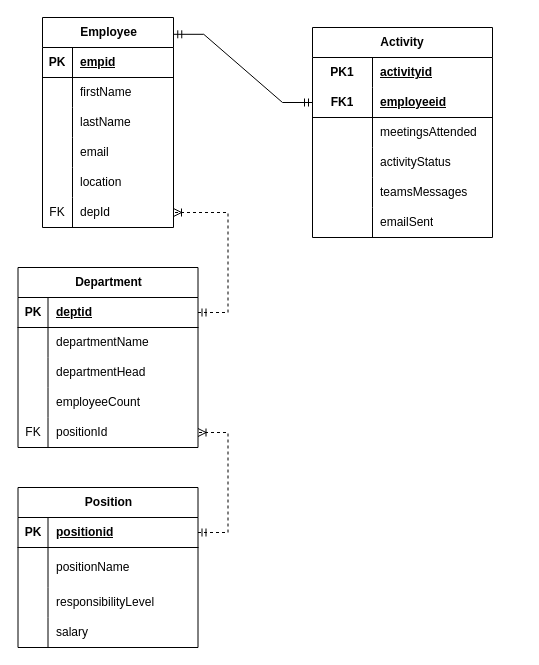
Earlier version of the draw.io diagram Untitled Diagram.drawio (ElleCrowe/EntityRelationshipDiagram). Source tidied: cells renumbered, new cells numbered last; positions are measured from the earlier drawing's top-left corner, leaving out a move shared by most shapes. Both pictures are drawn from the tidied source at 100%, with x=0, y=0 at pixel (18, 17).
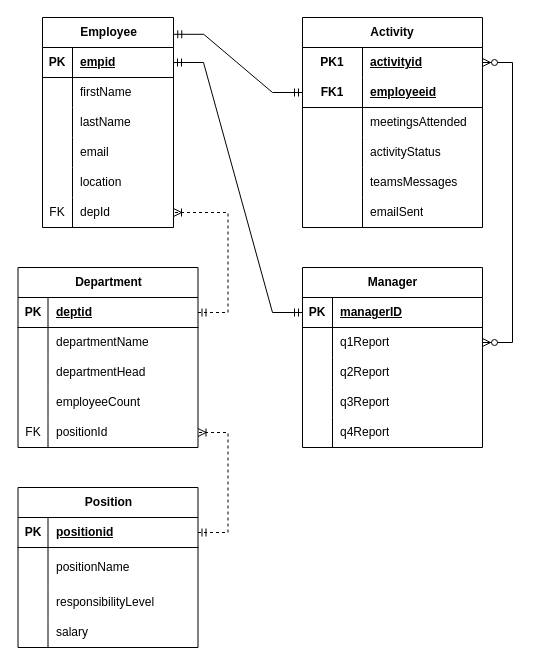
The same page after the edit.

The change refers to these unchanged cells:
```xml
<mxCell id="2" value="Employee" style="shape=table;startSize=30;childLayout=tableLayout;rowLines=0;fontStyle=1;align=center;html=1;" parent="1" vertex="1">
  <mxGeometry x="24" width="131" height="210" as="geometry" />
</mxCell>
<mxCell id="3" style="shape=tableRow;horizontal=0;startSize=0;swimlaneHead=0;swimlaneBody=0;fillColor=none;points=[[0,0.5],[1,0.5]];portConstraint=eastwest;top=0;left=0;right=0;bottom=1;" parent="2" vertex="1">
  <mxGeometry y="30" width="131" height="30" as="geometry" />
</mxCell>
<mxCell id="53" style="shape=tableRow;horizontal=0;startSize=0;swimlaneHead=0;swimlaneBody=0;fillColor=none;points=[[0,0.5],[1,0.5]];portConstraint=eastwest;top=0;left=0;right=0;bottom=0;html=1;" parent="52" vertex="1">
  <mxGeometry y="30" width="180" height="30" as="geometry" />
</mxCell>
<mxCell id="56" style="shape=tableRow;horizontal=0;startSize=0;swimlaneHead=0;swimlaneBody=0;fillColor=none;points=[[0,0.5],[1,0.5]];portConstraint=eastwest;top=0;left=0;right=0;bottom=1;html=1;" parent="52" vertex="1">
  <mxGeometry y="60" width="180" height="30" as="geometry" />
</mxCell>
```

Change to the diagram source:
```diff
@@
     <mxCell id="52" value="Activity" style="shape=table;startSize=30;childLayout=tableLayout;rowLines=0;fontStyle=1;align=center;html=1;whiteSpace=wrap;" parent="1" vertex="1">
-      <mxGeometry x="294" y="10" width="180" height="210" as="geometry" />
+      <mxGeometry x="284" width="180" height="210" as="geometry" />
     </mxCell>
@@
     <mxCell id="71" style="edgeStyle=entityRelationEdgeStyle;fontSize=12;html=1;endArrow=ERmandOne;startArrow=ERmandOne;rounded=0;exitX=1.002;exitY=0.08;exitDx=0;exitDy=0;exitPerimeter=0;entryX=0;entryY=0.5;entryDx=0;entryDy=0;" parent="1" edge="1" source="2" target="56">
-      <mxGeometry relative="1" as="geometry" />
+      <mxGeometry relative="1" as="geometry">
+        <Array as="points">
+          <mxPoint x="284" y="270" />
+        </Array>
+      </mxGeometry>
     </mxCell>
+    <mxCell id="72" value="Manager" style="shape=table;startSize=30;childLayout=tableLayout;rowLines=0;fontStyle=1;align=center;html=1;" parent="1" vertex="1">
+      <mxGeometry x="284" y="250" width="180" height="180" as="geometry" />
+    </mxCell>
+    <mxCell id="73" style="shape=tableRow;horizontal=0;startSize=0;swimlaneHead=0;swimlaneBody=0;fillColor=none;points=[[0,0.5],[1,0.5]];portConstraint=eastwest;top=0;left=0;right=0;bottom=1;" parent="72" vertex="1">
+      <mxGeometry y="30" width="180" height="30" as="geometry" />
+    </mxCell>
+    <mxCell id="74" value="PK" style="shape=partialRectangle;fillColor=none;top=0;left=0;bottom=0;right=0;fontStyle=1;overflow=hidden;whiteSpace=wrap;html=1;" parent="73" vertex="1">
+      <mxGeometry width="30" height="30" as="geometry" />
+    </mxCell>
+    <mxCell id="75" value="managerID" style="shape=partialRectangle;fillColor=none;top=0;left=0;bottom=0;right=0;align=left;spacingLeft=6;fontStyle=5;overflow=hidden;whiteSpace=wrap;html=1;" parent="73" vertex="1">
+      <mxGeometry x="30" width="150" height="30" as="geometry" />
+    </mxCell>
+    <mxCell id="76" style="shape=tableRow;horizontal=0;startSize=0;swimlaneHead=0;swimlaneBody=0;fillColor=none;points=[[0,0.5],[1,0.5]];portConstraint=eastwest;top=0;left=0;right=0;bottom=0;" parent="72" vertex="1">
+      <mxGeometry y="60" width="180" height="30" as="geometry" />
+    </mxCell>
+    <mxCell id="77" style="shape=partialRectangle;fillColor=none;top=0;left=0;bottom=0;right=0;overflow=hidden;whiteSpace=wrap;html=1;" parent="76" vertex="1">
+      <mxGeometry width="30" height="30" as="geometry" />
+    </mxCell>
+    <mxCell id="78" value="q1Report" style="shape=partialRectangle;fillColor=none;top=0;left=0;bottom=0;right=0;align=left;spacingLeft=6;overflow=hidden;whiteSpace=wrap;html=1;" parent="76" vertex="1">
+      <mxGeometry x="30" width="150" height="30" as="geometry" />
+    </mxCell>
+    <mxCell id="79" style="shape=tableRow;horizontal=0;startSize=0;swimlaneHead=0;swimlaneBody=0;fillColor=none;top=0;left=0;right=0;bottom=0;" parent="72" vertex="1">
+      <mxGeometry y="90" width="180" height="30" as="geometry" />
+    </mxCell>
+    <mxCell id="80" style="shape=partialRectangle;fillColor=none;top=0;left=0;bottom=0;right=0;overflow=hidden;whiteSpace=wrap;html=1;" parent="79" vertex="1">
+      <mxGeometry width="30" height="30" as="geometry" />
+    </mxCell>
+    <mxCell id="81" value="q2Report" style="shape=partialRectangle;fillColor=none;top=0;left=0;bottom=0;right=0;align=left;spacingLeft=6;overflow=hidden;whiteSpace=wrap;html=1;" parent="79" vertex="1">
+      <mxGeometry x="30" width="150" height="30" as="geometry" />
+    </mxCell>
+    <mxCell id="82" style="shape=tableRow;horizontal=0;startSize=0;swimlaneHead=0;swimlaneBody=0;fillColor=none;top=0;left=0;right=0;bottom=0;" parent="72" vertex="1">
+      <mxGeometry y="120" width="180" height="30" as="geometry" />
+    </mxCell>
+    <mxCell id="83" style="shape=partialRectangle;fillColor=none;top=0;left=0;bottom=0;right=0;overflow=hidden;whiteSpace=wrap;html=1;" parent="82" vertex="1">
+      <mxGeometry width="30" height="30" as="geometry" />
+    </mxCell>
+    <mxCell id="84" value="q3Report" style="shape=partialRectangle;fillColor=none;top=0;left=0;bottom=0;right=0;align=left;spacingLeft=6;overflow=hidden;whiteSpace=wrap;html=1;" parent="82" vertex="1">
+      <mxGeometry x="30" width="150" height="30" as="geometry" />
+    </mxCell>
+    <mxCell id="85" style="shape=tableRow;horizontal=0;startSize=0;swimlaneHead=0;swimlaneBody=0;fillColor=none;top=0;left=0;right=0;bottom=0;" parent="72" vertex="1">
+      <mxGeometry y="150" width="180" height="30" as="geometry" />
+    </mxCell>
+    <mxCell id="86" style="shape=partialRectangle;fillColor=none;top=0;left=0;bottom=0;right=0;overflow=hidden;whiteSpace=wrap;html=1;" parent="85" vertex="1">
+      <mxGeometry width="30" height="30" as="geometry" />
+    </mxCell>
+    <mxCell id="87" value="q4Report" style="shape=partialRectangle;fillColor=none;top=0;left=0;bottom=0;right=0;align=left;spacingLeft=6;overflow=hidden;whiteSpace=wrap;html=1;" parent="85" vertex="1">
+      <mxGeometry x="30" width="150" height="30" as="geometry" />
+    </mxCell>
+    <mxCell id="88" style="edgeStyle=entityRelationEdgeStyle;fontSize=12;html=1;endArrow=ERzeroToMany;endFill=1;startArrow=ERzeroToMany;rounded=0;exitX=1;exitY=0.5;exitDx=0;exitDy=0;entryX=1;entryY=0.5;entryDx=0;entryDy=0;" parent="1" edge="1" source="53" target="76">
+      <mxGeometry relative="1" as="geometry">
+        <Array as="points">
+          <mxPoint x="584" y="90" />
+        </Array>
+      </mxGeometry>
+    </mxCell>
+    <mxCell id="89" style="edgeStyle=entityRelationEdgeStyle;fontSize=12;html=1;endArrow=ERmandOne;startArrow=ERmandOne;rounded=0;entryX=1;entryY=0.5;entryDx=0;entryDy=0;exitX=0;exitY=0.5;exitDx=0;exitDy=0;" parent="1" edge="1" source="73" target="3">
+      <mxGeometry relative="1" as="geometry" />
+    </mxCell>
```
